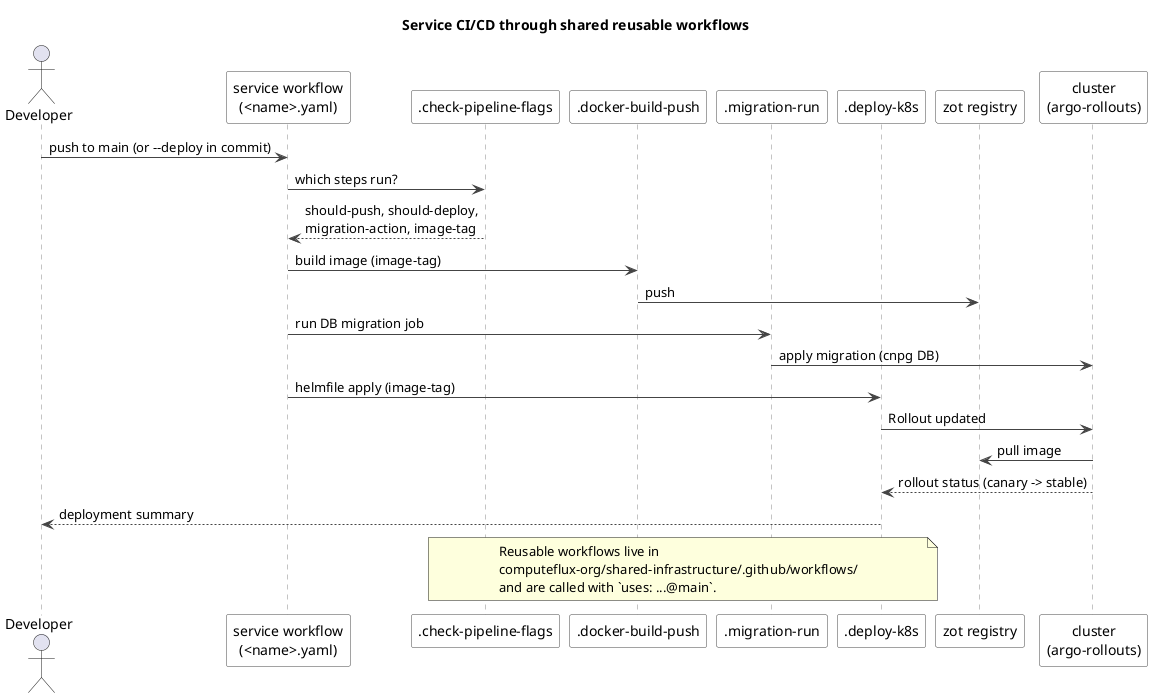
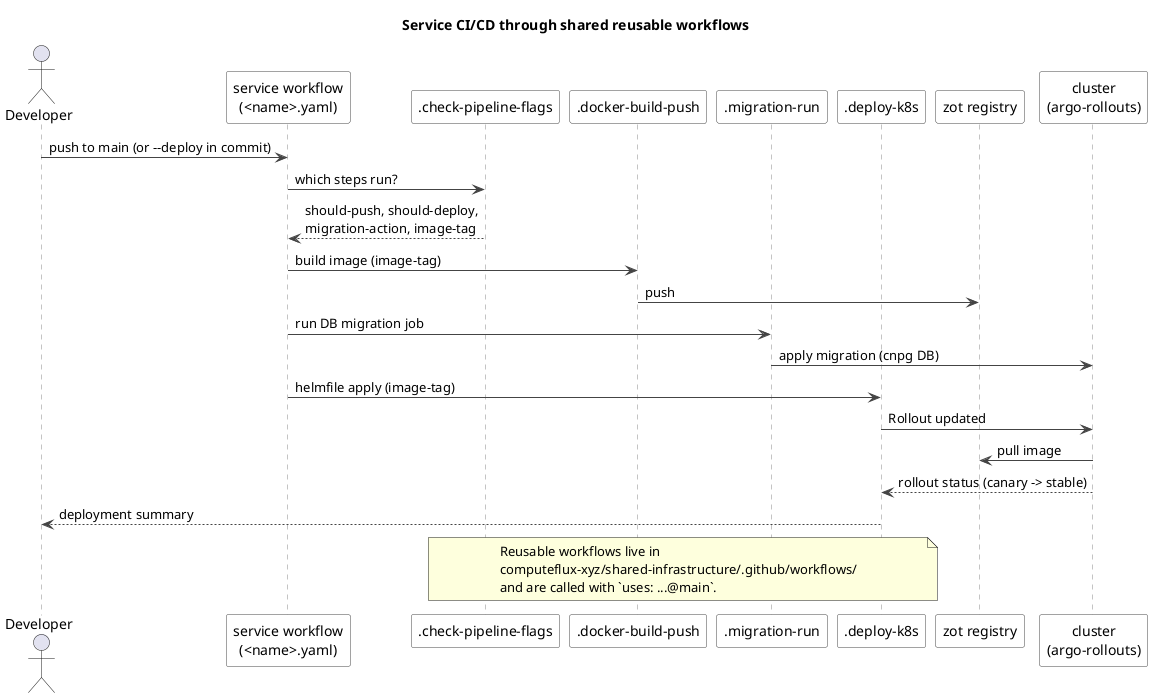
@startuml cicd
' How a service pipeline drives the shared reusable workflows.
skinparam shadowing false
skinparam defaultFontName Helvetica
skinparam ArrowColor #444444
skinparam sequence {
  LifeLineBorderColor #888888
  ParticipantBorderColor #444444
  ParticipantBackgroundColor White
}
title Service CI/CD through shared reusable workflows

actor Developer as dev
participant "service workflow\n(<name>.yaml)" as svc
participant ".check-pipeline-flags" as flags
participant ".docker-build-push" as build
participant ".migration-run" as migrate
participant ".deploy-k8s" as deploy
participant "zot registry" as zot
participant "cluster\n(argo-rollouts)" as cluster

dev -> svc : push to main (or --deploy in commit)
svc -> flags : which steps run?
flags --> svc : should-push, should-deploy,\nmigration-action, image-tag
svc -> build : build image (image-tag)
build -> zot : push
svc -> migrate : run DB migration job
migrate -> cluster : apply migration (cnpg DB)
svc -> deploy : helmfile apply (image-tag)
deploy -> cluster : Rollout updated
cluster -> zot : pull image
cluster --> deploy : rollout status (canary -> stable)
deploy --> dev : deployment summary

note over flags, deploy
  Reusable workflows live in
-   computeflux-org/shared-infrastructure/.github/workflows/
+   computeflux-xyz/shared-infrastructure/.github/workflows/
  and are called with `uses: ...@main`.
end note
@enduml
